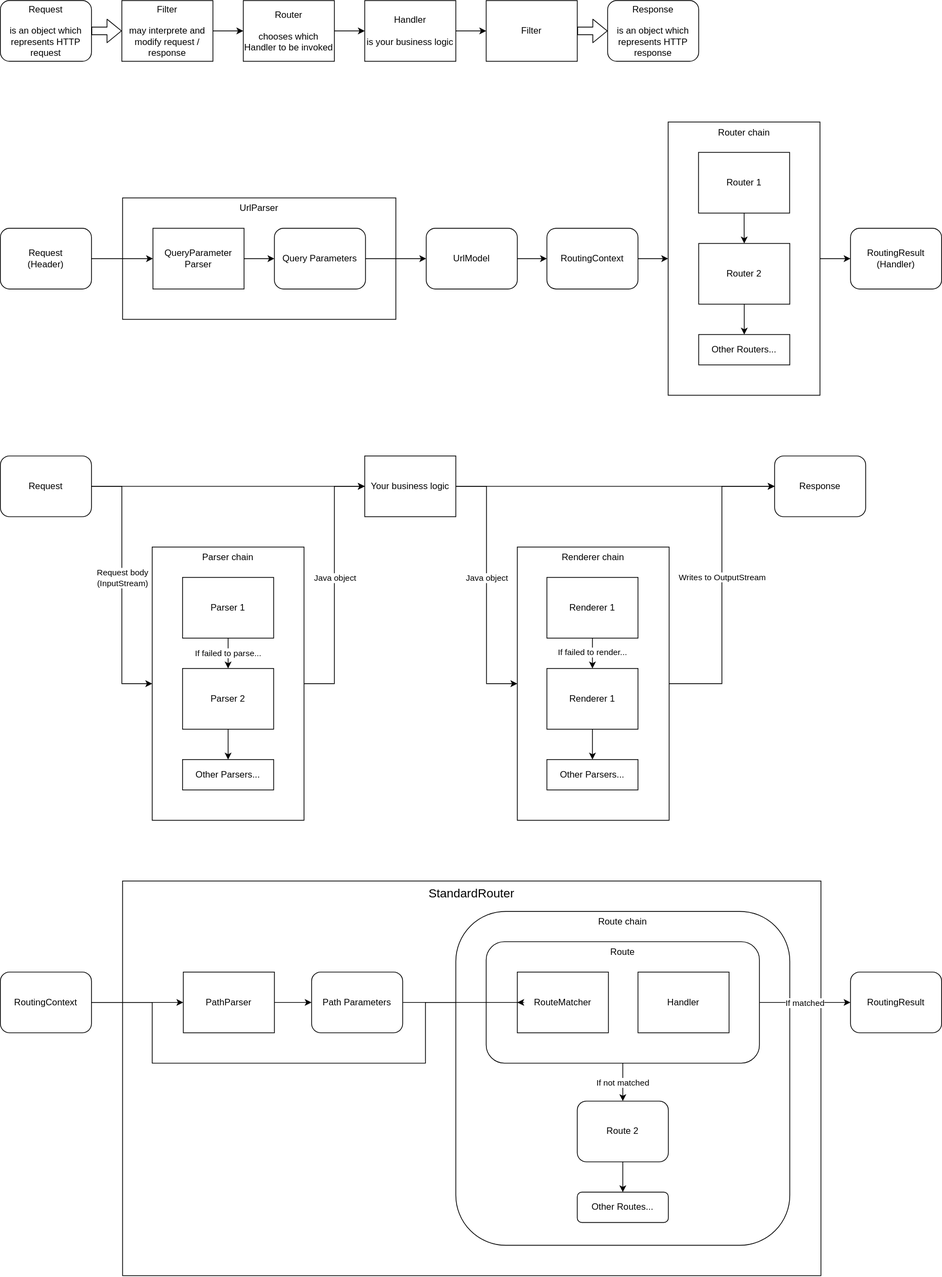
Above: documentation/architecture.drawio.svg in minebreaker/Abukuma (draw.io), before the change. Source tidied: cells renumbered, new cells last; positions are measured from the earlier drawing's top-left corner, leaving out a move shared by most shapes.
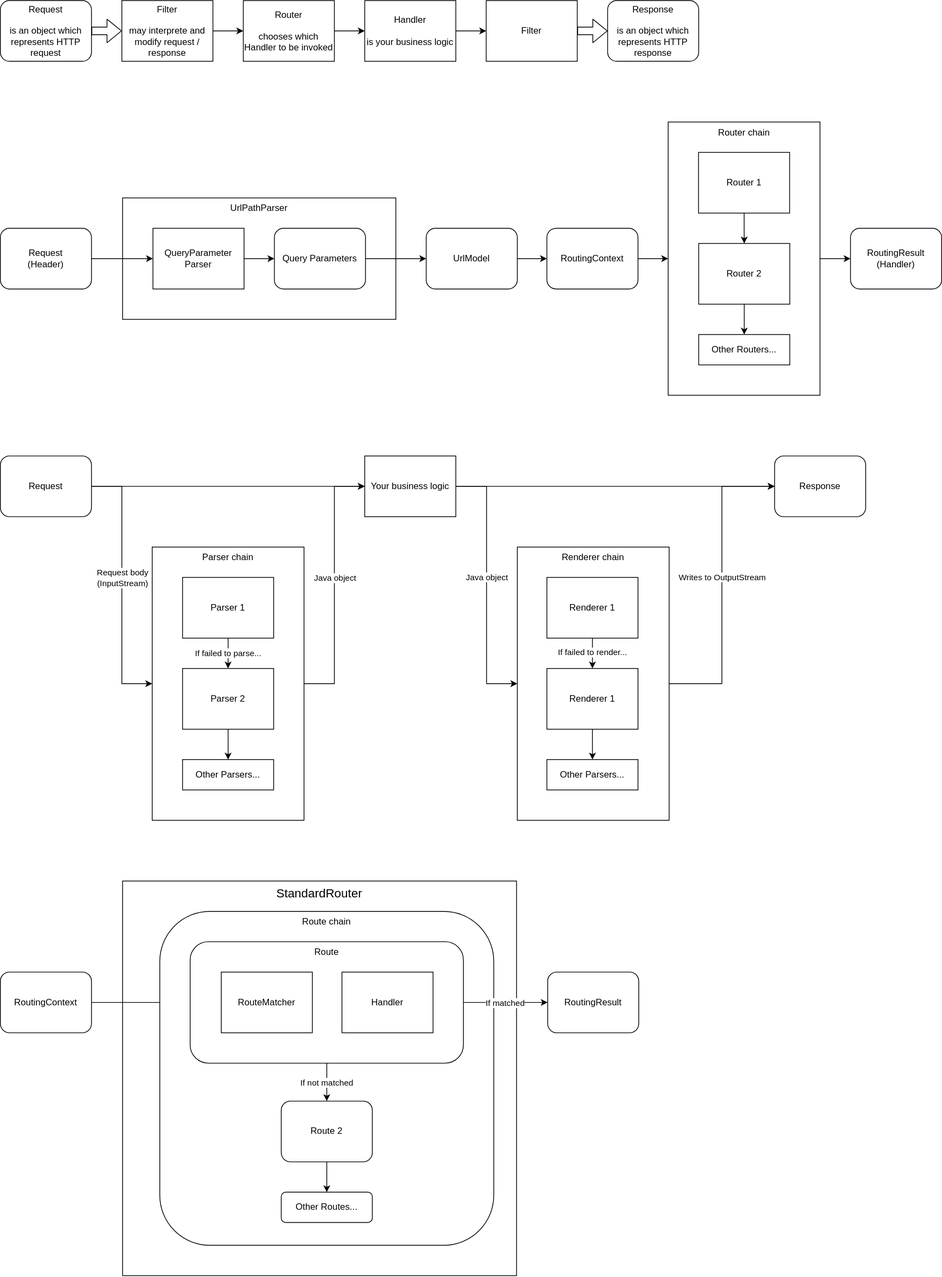
The same diagram one commit later.

What changed in the source:
```diff
@@ -2,11 +2,11 @@
   <root>
     <mxCell id="0" />
     <mxCell id="1" parent="0" />
-    <mxCell id="2" value="UrlParser" style="rounded=0;whiteSpace=wrap;html=1;verticalAlign=top;" parent="1" vertex="1">
+    <mxCell id="2" value="UrlPathParser" style="rounded=0;whiteSpace=wrap;html=1;verticalAlign=top;" parent="1" vertex="1">
       <mxGeometry x="161" y="260" width="360" height="160" as="geometry" />
     </mxCell>
     <mxCell id="3" value="StandardRouter" style="rounded=0;whiteSpace=wrap;html=1;fontSize=16;align=center;verticalAlign=top;" parent="1" vertex="1">
-      <mxGeometry x="161" y="1160" width="920" height="520" as="geometry" />
+      <mxGeometry x="161" y="1160" width="519" height="520" as="geometry" />
     </mxCell>
     <mxCell id="4" value="Router chain" style="rounded=0;whiteSpace=wrap;html=1;verticalAlign=top;" parent="1" vertex="1">
       <mxGeometry x="879.8" y="160" width="200" height="360" as="geometry" />
@@ -139,41 +139,20 @@
     <mxCell id="44" value="RoutingResult&lt;br&gt;(Handler)" style="rounded=1;whiteSpace=wrap;html=1;" parent="1" vertex="1">
       <mxGeometry x="1120" y="300" width="120" height="80" as="geometry" />
     </mxCell>
-    <mxCell id="45" style="edgeStyle=orthogonalEdgeStyle;rounded=0;jettySize=auto;html=1;entryX=0;entryY=0.5;entryDx=0;entryDy=0;" parent="1" edge="1" source="47" target="52">
+    <mxCell id="45" style="edgeStyle=orthogonalEdgeStyle;rounded=0;jettySize=auto;html=1;entryX=0;entryY=0.5;entryDx=0;entryDy=0;" parent="1" edge="1" source="47" target="66">
       <mxGeometry relative="1" as="geometry" />
     </mxCell>
-    <mxCell id="46" style="edgeStyle=orthogonalEdgeStyle;rounded=0;jettySize=auto;html=1;entryX=0;entryY=0.5;entryDx=0;entryDy=0;exitX=1;exitY=0.5;exitDx=0;exitDy=0;" parent="1" edge="1" source="47" target="66">
-      <mxGeometry relative="1" as="geometry">
-        <Array as="points">
-          <mxPoint x="200" y="1320" />
-          <mxPoint x="200" y="1400" />
-          <mxPoint x="560" y="1400" />
-          <mxPoint x="560" y="1320" />
-          <mxPoint x="681" y="1320" />
-        </Array>
-      </mxGeometry>
-    </mxCell>
     <mxCell id="47" value="RoutingContext" style="rounded=1;whiteSpace=wrap;html=1;" parent="1" vertex="1">
       <mxGeometry y="1280" width="120" height="80" as="geometry" />
     </mxCell>
     <mxCell id="48" value="RoutingResult" style="rounded=1;whiteSpace=wrap;html=1;" parent="1" vertex="1">
-      <mxGeometry x="1120" y="1280" width="120" height="80" as="geometry" />
+      <mxGeometry x="721" y="1280" width="120" height="80" as="geometry" />
     </mxCell>
-    <mxCell id="49" style="edgeStyle=orthogonalEdgeStyle;rounded=0;jettySize=auto;html=1;entryX=0;entryY=0.5;entryDx=0;entryDy=0;" parent="1" edge="1" source="52">
-      <mxGeometry relative="1" as="geometry" />
-    </mxCell>
-    <mxCell id="50" style="edgeStyle=orthogonalEdgeStyle;rounded=0;jettySize=auto;html=1;entryX=0;entryY=0.5;entryDx=0;entryDy=0;" parent="1" edge="1" source="52">
-      <mxGeometry relative="1" as="geometry" />
-    </mxCell>
-    <mxCell id="51" style="edgeStyle=none;html=1;exitX=1;exitY=0.5;exitDx=0;exitDy=0;entryX=0;entryY=0.5;entryDx=0;entryDy=0;" parent="1" edge="1" source="52" target="65">
-      <mxGeometry relative="1" as="geometry" />
+    <mxCell id="51" style="edgeStyle=none;html=1;exitX=1;exitY=0.5;exitDx=0;exitDy=0;entryX=0;entryY=0.5;entryDx=0;entryDy=0;" parent="1" edge="1">
+      <mxGeometry relative="1" as="geometry">
+        <mxPoint x="361" y="1320" as="sourcePoint" />
+      </mxGeometry>
     </mxCell>
-    <mxCell id="52" value="PathParser" style="rounded=0;whiteSpace=wrap;html=1;" parent="1" vertex="1">
-      <mxGeometry x="241" y="1280" width="120" height="80" as="geometry" />
-    </mxCell>
-    <mxCell id="53" style="edgeStyle=orthogonalEdgeStyle;rounded=0;jettySize=auto;html=1;entryX=0;entryY=0.5;entryDx=0;entryDy=0;" parent="1" edge="1" target="52">
-      <mxGeometry relative="1" as="geometry" />
-    </mxCell>
     <mxCell id="54" style="edgeStyle=orthogonalEdgeStyle;rounded=0;jettySize=auto;html=1;entryX=0;entryY=0.5;entryDx=0;entryDy=0;exitX=1;exitY=0.5;exitDx=0;exitDy=0;" parent="1" edge="1" source="4" target="44">
       <mxGeometry relative="1" as="geometry" />
     </mxCell>
@@ -184,7 +163,7 @@
       <mxGeometry x="919.8" y="200" width="120" height="80" as="geometry" />
     </mxCell>
     <mxCell id="57" value="Route chain" style="rounded=1;whiteSpace=wrap;html=1;verticalAlign=top;" parent="1" vertex="1">
-      <mxGeometry x="600" y="1200" width="440" height="440" as="geometry" />
+      <mxGeometry x="210" y="1200" width="440" height="440" as="geometry" />
     </mxCell>
     <mxCell id="58" value="If not matched" style="edgeStyle=orthogonalEdgeStyle;rounded=0;jettySize=auto;html=1;entryX=0.5;entryY=0;entryDx=0;entryDy=0;" parent="1" edge="1" source="61" target="63">
       <mxGeometry relative="1" as="geometry" />
@@ -198,25 +177,22 @@
       </mxGeometry>
     </mxCell>
     <mxCell id="61" value="Route" style="rounded=1;whiteSpace=wrap;html=1;verticalAlign=top;" parent="1" vertex="1">
-      <mxGeometry x="640" y="1240" width="360" height="160" as="geometry" />
+      <mxGeometry x="250" y="1240" width="360" height="160" as="geometry" />
     </mxCell>
     <mxCell id="62" style="edgeStyle=orthogonalEdgeStyle;rounded=0;jettySize=auto;html=1;entryX=0.5;entryY=0;entryDx=0;entryDy=0;" parent="1" edge="1" source="63" target="64">
       <mxGeometry relative="1" as="geometry" />
     </mxCell>
     <mxCell id="63" value="Route 2" style="rounded=1;whiteSpace=wrap;html=1;" parent="1" vertex="1">
-      <mxGeometry x="760" y="1450" width="120" height="80" as="geometry" />
+      <mxGeometry x="370" y="1450" width="120" height="80" as="geometry" />
     </mxCell>
     <mxCell id="64" value="Other Routes..." style="rounded=1;whiteSpace=wrap;html=1;" parent="1" vertex="1">
-      <mxGeometry x="760" y="1570" width="120" height="40" as="geometry" />
+      <mxGeometry x="370" y="1570" width="120" height="40" as="geometry" />
     </mxCell>
-    <mxCell id="65" value="Path Parameters" style="rounded=1;whiteSpace=wrap;html=1;" parent="1" vertex="1">
-      <mxGeometry x="410" y="1280" width="120" height="80" as="geometry" />
-    </mxCell>
     <mxCell id="66" value="RouteMatcher" style="rounded=0;whiteSpace=wrap;html=1;" parent="1" vertex="1">
-      <mxGeometry x="681" y="1280" width="120" height="80" as="geometry" />
+      <mxGeometry x="291" y="1280" width="120" height="80" as="geometry" />
     </mxCell>
     <mxCell id="67" value="Handler" style="rounded=0;whiteSpace=wrap;html=1;" parent="1" vertex="1">
-      <mxGeometry x="840" y="1280" width="120" height="80" as="geometry" />
+      <mxGeometry x="450" y="1280" width="120" height="80" as="geometry" />
     </mxCell>
     <mxCell id="68" style="edgeStyle=orthogonalEdgeStyle;rounded=0;jettySize=auto;html=1;entryX=0.5;entryY=0;entryDx=0;entryDy=0;" parent="1" edge="1" source="69" target="70">
       <mxGeometry relative="1" as="geometry" />
@@ -251,13 +227,5 @@
     <mxCell id="78" value="UrlModel" style="rounded=1;whiteSpace=wrap;html=1;" parent="1" vertex="1">
       <mxGeometry x="561" y="300" width="120" height="80" as="geometry" />
     </mxCell>
-    <mxCell id="79" style="edgeStyle=orthogonalEdgeStyle;rounded=0;jettySize=auto;html=1;entryX=0;entryY=0.5;entryDx=0;entryDy=0;exitX=1;exitY=0.5;exitDx=0;exitDy=0;" parent="1" edge="1" source="65" target="66">
-      <mxGeometry relative="1" as="geometry">
-        <Array as="points">
-          <mxPoint x="690" y="1320" />
-          <mxPoint x="690" y="1320" />
-        </Array>
-      </mxGeometry>
-    </mxCell>
   </root>
 </mxGraphModel>
```
